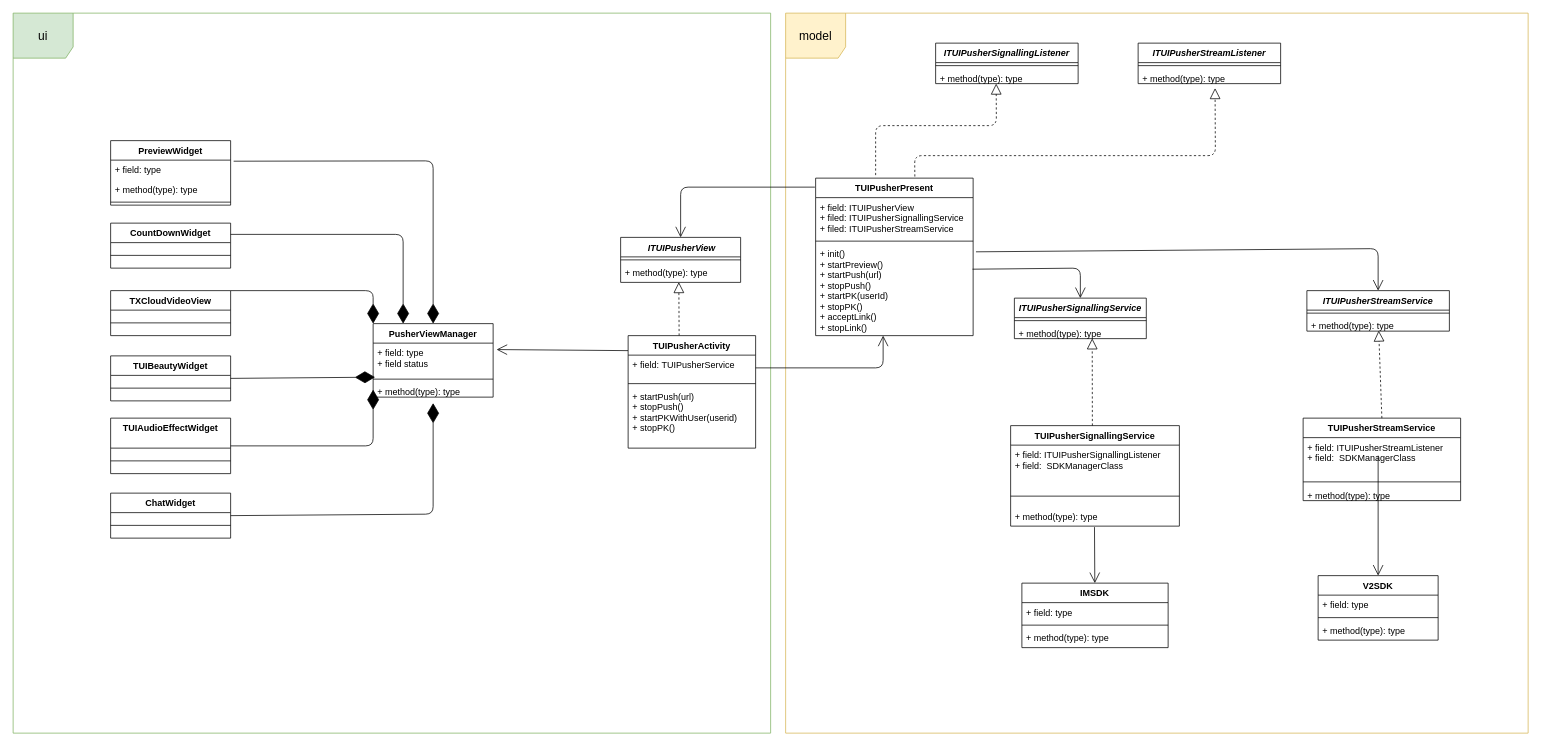
Earlier version of the draw.io diagram diagrams/TUIPusher.drawio (paopaosecret/resources). Source tidied: cells renumbered, new cells numbered last; positions are measured from the earlier drawing's top-left corner, leaving out a move shared by most shapes. Both pictures are drawn from the tidied source at 75%, with x=0, y=0 at pixel (13, 13).
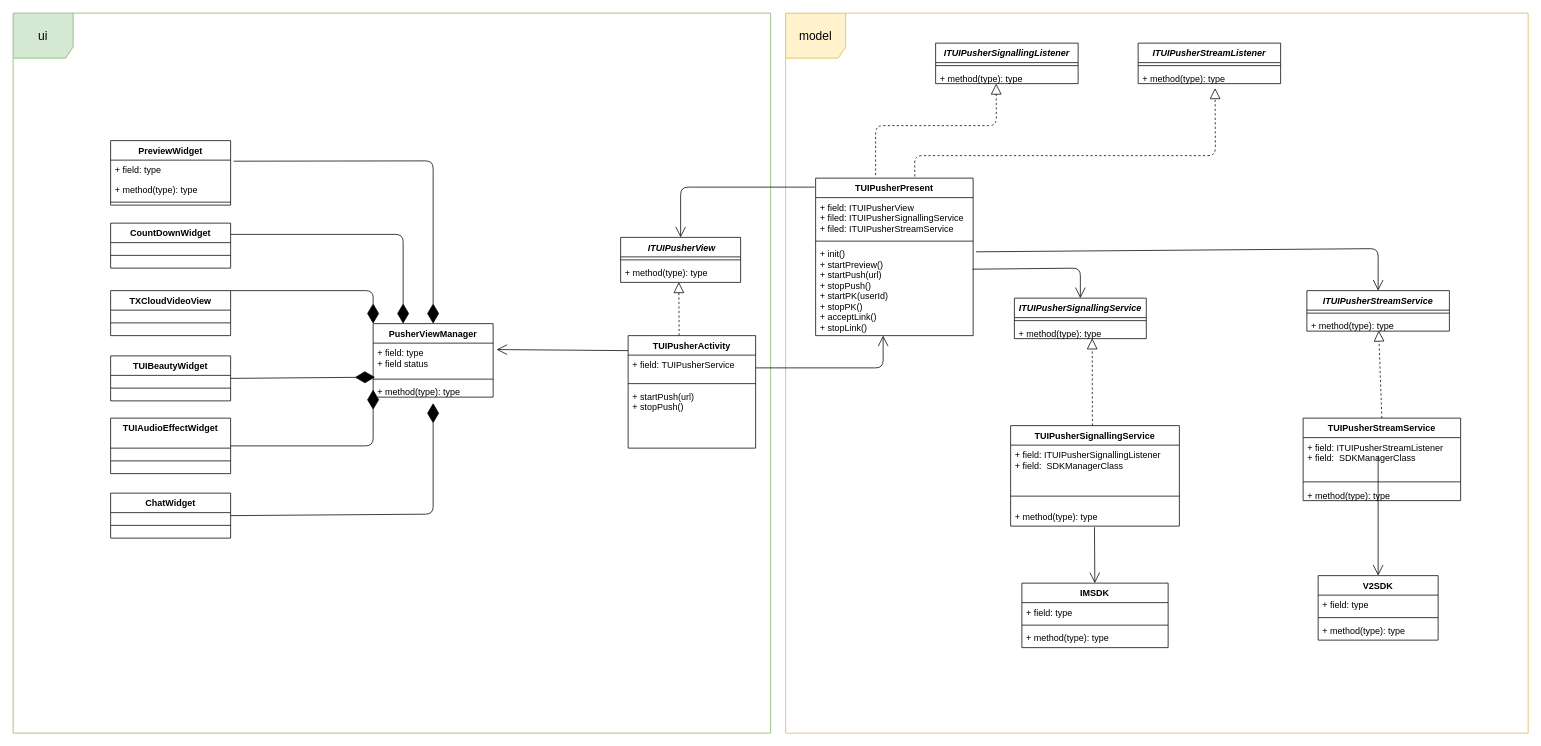
The same page after the edit.

The change refers to these unchanged cells:
```xml
<mxCell id="74" value="TUIPusherActivity" style="swimlane;fontStyle=1;align=center;verticalAlign=top;horizontal=1;startSize=26;" parent="1" vertex="1">
  <mxGeometry x="820" y="430" width="170" height="150" as="geometry" />
</mxCell>
```

Diff of the diagram source:
```diff
@@
-    <mxCell id="77" value="+ startPush(url)&#10;+ stopPush()&#10;+ startPKWithUser(userid)&#10;+ stopPK()" style="text;strokeColor=none;fillColor=none;align=left;verticalAlign=top;spacingLeft=4;spacingRight=4;overflow=hidden;" parent="74" vertex="1">
+    <mxCell id="77" value="+ startPush(url)&#10;+ stopPush()" style="text;strokeColor=none;fillColor=none;align=left;verticalAlign=top;spacingLeft=4;spacingRight=4;overflow=hidden;" parent="74" vertex="1">
       <mxGeometry y="68" width="170" height="82" as="geometry" />
     </mxCell>
```
